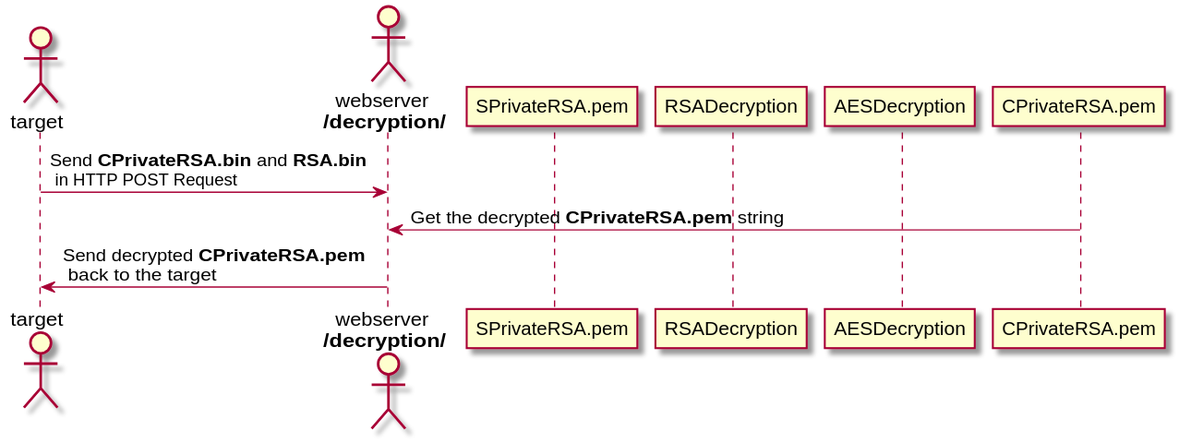
Before: architecture/sequence_diagrams/bflyServerApp.svg, a diagram exported from PlantUML (bierschi/butterfly). Its diagram source:
```plantuml
@startuml

actor target
actor "webserver \n**/decryption/**" as webserver

participant SPrivateRSA.pem
participant RSADecryption
participant AESDecryption
participant CPrivateRSA.pem

target -> webserver: Send **CPrivateRSA.bin** and **RSA.bin**\n in HTTP POST Request
webserver <- CPrivateRSA.pem: Get the decrypted **CPrivateRSA.pem** string
webserver -> target: Send decrypted **CPrivateRSA.pem**\n back to the target
@enduml
```
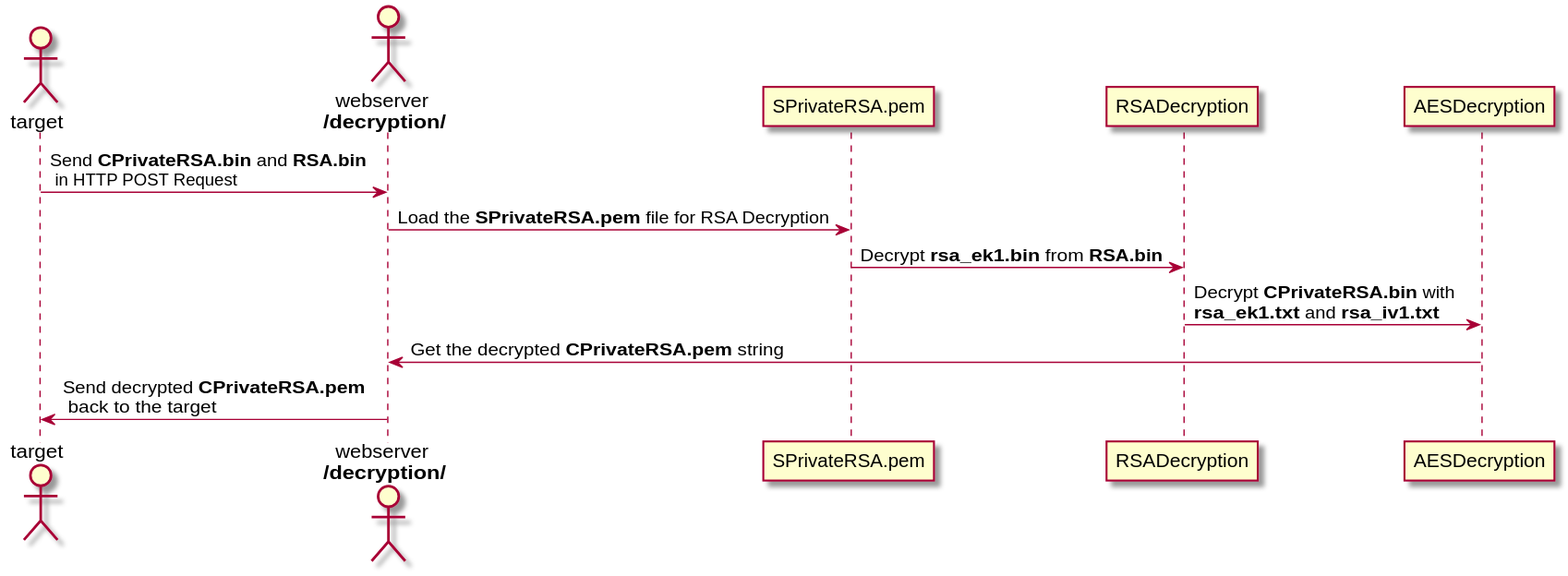
The same diagram one commit later.

Diff of the diagram source:
```diff
@@ -6,9 +6,11 @@
 participant SPrivateRSA.pem
 participant RSADecryption
 participant AESDecryption
-participant CPrivateRSA.pem
 
 target -> webserver: Send **CPrivateRSA.bin** and **RSA.bin**\n in HTTP POST Request
-webserver <- CPrivateRSA.pem: Get the decrypted **CPrivateRSA.pem** string
+webserver -> SPrivateRSA.pem: Load the **SPrivateRSA.pem** file for RSA Decryption
+SPrivateRSA.pem -> RSADecryption: Decrypt **rsa_ek1.bin** from **RSA.bin**
+RSADecryption -> AESDecryption: Decrypt **CPrivateRSA.bin** with \n**rsa_ek1.txt** and **rsa_iv1.txt**
+webserver <- AESDecryption: Get the decrypted **CPrivateRSA.pem** string
 webserver -> target: Send decrypted **CPrivateRSA.pem**\n back to the target
 @enduml
```
